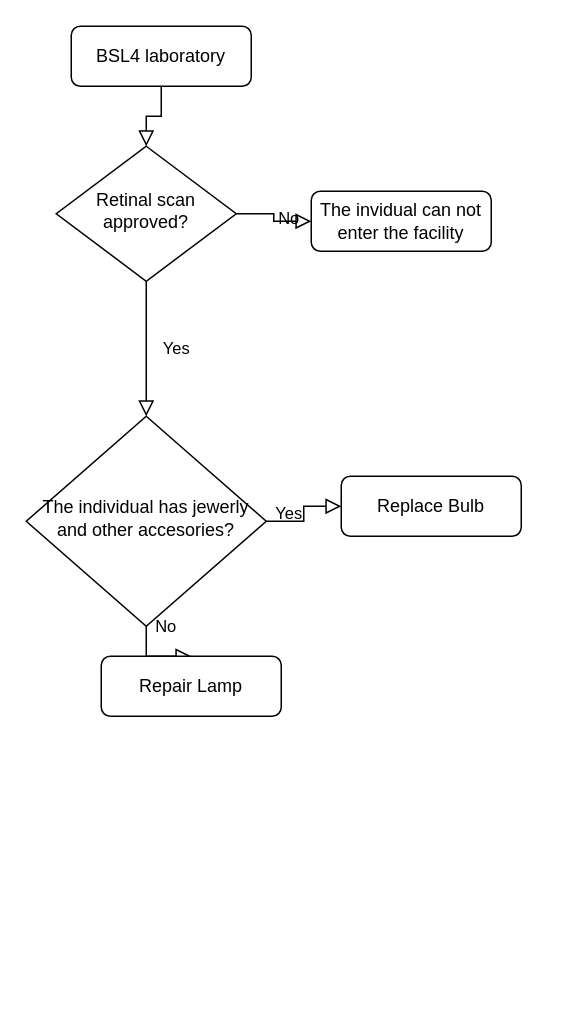
This is Untitled Diagram.drawio from dosterbank/draws, a draw.io file, before an edit. Source tidied: cells renumbered, new cells numbered last; positions are measured from the earlier drawing's top-left corner, leaving out a move shared by most shapes. Both pictures are drawn from the tidied source at 150%, with x=0, y=0 at pixel (26, 26).
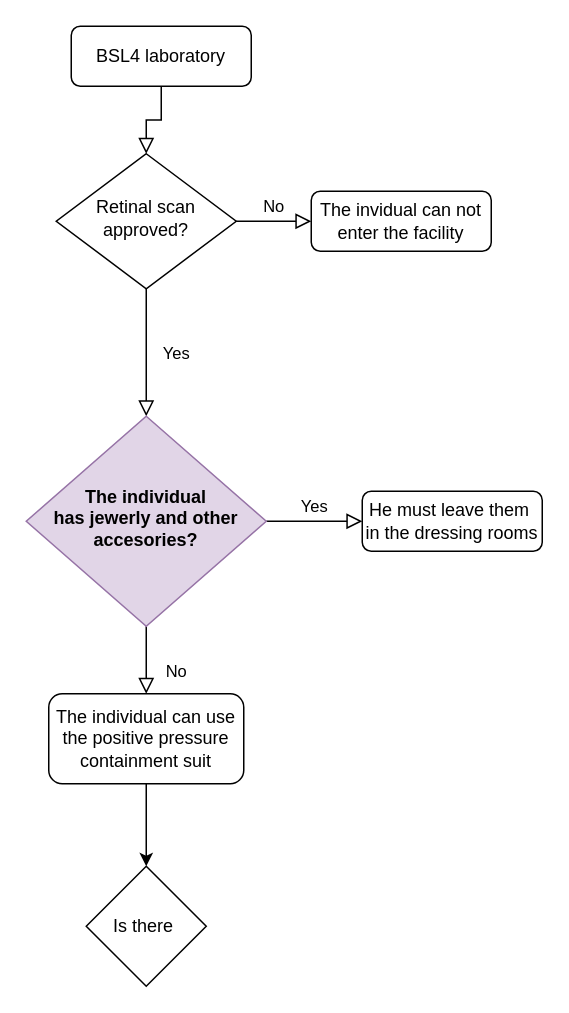
Above is the later version.

The edit, as a diff of the source:
```diff
@@
 <mxGraphModel>
   <root>
     <mxCell id="0" />
     <mxCell id="1" parent="0" />
     <mxCell id="2" style="rounded=0;html=1;jettySize=auto;fontSize=11;endArrow=block;endFill=0;endSize=8;strokeWidth=1;shadow=0;labelBackgroundColor=none;edgeStyle=orthogonalEdgeStyle;" parent="1" edge="1" source="3" target="6">
       <mxGeometry relative="1" as="geometry" />
     </mxCell>
     <mxCell id="3" value="BSL4 laboratory" style="rounded=1;whiteSpace=wrap;html=1;fontSize=12;glass=0;strokeWidth=1;shadow=0;" parent="1" vertex="1">
       <mxGeometry x="30" width="120" height="40" as="geometry" />
     </mxCell>
     <mxCell id="4" value="Yes" style="rounded=0;html=1;jettySize=auto;fontSize=11;endArrow=block;endFill=0;endSize=8;strokeWidth=1;shadow=0;labelBackgroundColor=none;edgeStyle=orthogonalEdgeStyle;" parent="1" edge="1" source="6" target="10">
       <mxGeometry y="20" relative="1" as="geometry" />
     </mxCell>
     <mxCell id="5" value="No" style="edgeStyle=orthogonalEdgeStyle;rounded=0;html=1;jettySize=auto;fontSize=11;endArrow=block;endFill=0;endSize=8;strokeWidth=1;shadow=0;labelBackgroundColor=none;" parent="1" edge="1" source="6" target="7">
       <mxGeometry y="10" relative="1" as="geometry" />
     </mxCell>
     <mxCell id="6" value="Retinal scan approved?" style="rhombus;whiteSpace=wrap;html=1;shadow=0;fontFamily=Helvetica;fontSize=12;align=center;strokeWidth=1;spacing=6;spacingTop=-4;" parent="1" vertex="1">
-      <mxGeometry x="20" y="80" width="120" height="90" as="geometry" />
+      <mxGeometry x="20" y="85" width="120" height="90" as="geometry" />
     </mxCell>
     <mxCell id="7" value="The invidual can not enter the facility" style="rounded=1;whiteSpace=wrap;html=1;fontSize=12;glass=0;strokeWidth=1;shadow=0;" parent="1" vertex="1">
       <mxGeometry x="190" y="110" width="120" height="40" as="geometry" />
     </mxCell>
     <mxCell id="8" value="No" style="rounded=0;html=1;jettySize=auto;fontSize=11;endArrow=block;endFill=0;endSize=8;strokeWidth=1;shadow=0;labelBackgroundColor=none;edgeStyle=orthogonalEdgeStyle;" parent="1" edge="1" source="10" target="11">
       <mxGeometry x="0.33" y="20" relative="1" as="geometry" />
     </mxCell>
     <mxCell id="9" value="Yes" style="edgeStyle=orthogonalEdgeStyle;rounded=0;html=1;jettySize=auto;fontSize=11;endArrow=block;endFill=0;endSize=8;strokeWidth=1;shadow=0;labelBackgroundColor=none;" parent="1" edge="1" source="10" target="12">
       <mxGeometry y="10" relative="1" as="geometry" />
     </mxCell>
-    <mxCell id="10" value="&lt;font style=&quot;font-size: 12px;&quot;&gt;The individual has jewerly and other accesories?&lt;/font&gt;" style="rhombus;whiteSpace=wrap;html=1;shadow=0;fontFamily=Helvetica;fontSize=12;align=center;strokeWidth=1;spacing=6;spacingTop=-4;" parent="1" vertex="1">
+    <mxCell id="10" value="&lt;font style=&quot;font-size: 12px;&quot;&gt;&lt;b&gt;The individual &lt;br&gt;has jewerly and other accesories?&lt;/b&gt;&lt;/font&gt;" style="rhombus;whiteSpace=wrap;html=1;shadow=0;fontFamily=Helvetica;fontSize=12;align=center;strokeWidth=1;spacing=6;spacingTop=-4;fillColor=#e1d5e7;strokeColor=#9673a6;" parent="1" vertex="1">
       <mxGeometry y="260" width="160" height="140" as="geometry" />
     </mxCell>
+    <mxCell id="13" style="edgeStyle=orthogonalEdgeStyle;rounded=0;jettySize=auto;html=1;entryX=0.5;entryY=0;entryDx=0;entryDy=0;fontSize=12;" parent="1" edge="1" source="11" target="14">
+      <mxGeometry relative="1" as="geometry" />
+    </mxCell>
-    <mxCell id="11" value="Repair Lamp" style="rounded=1;whiteSpace=wrap;html=1;fontSize=12;glass=0;strokeWidth=1;shadow=0;" parent="1" vertex="1">
-      <mxGeometry x="50" y="420" width="120" height="40" as="geometry" />
+    <mxCell id="11" value="The individual can use the positive pressure containment suit" style="rounded=1;whiteSpace=wrap;html=1;fontSize=12;glass=0;strokeWidth=1;shadow=0;" parent="1" vertex="1">
+      <mxGeometry x="15" y="445" width="130" height="60" as="geometry" />
     </mxCell>
-    <mxCell id="12" value="Replace Bulb" style="rounded=1;whiteSpace=wrap;html=1;fontSize=12;glass=0;strokeWidth=1;shadow=0;" parent="1" vertex="1">
-      <mxGeometry x="210" y="300" width="120" height="40" as="geometry" />
+    <mxCell id="12" value="He must leave them&amp;nbsp;&lt;br&gt;in the dressing rooms" style="rounded=1;whiteSpace=wrap;html=1;fontSize=12;glass=0;strokeWidth=1;shadow=0;" parent="1" vertex="1">
+      <mxGeometry x="224" y="310" width="120" height="40" as="geometry" />
     </mxCell>
+    <mxCell id="14" value="Is there&amp;nbsp;" style="rhombus;whiteSpace=wrap;html=1;fontSize=12;" parent="1" vertex="1">
+      <mxGeometry x="40" y="560" width="80" height="80" as="geometry" />
+    </mxCell>
   </root>
 </mxGraphModel>
```
